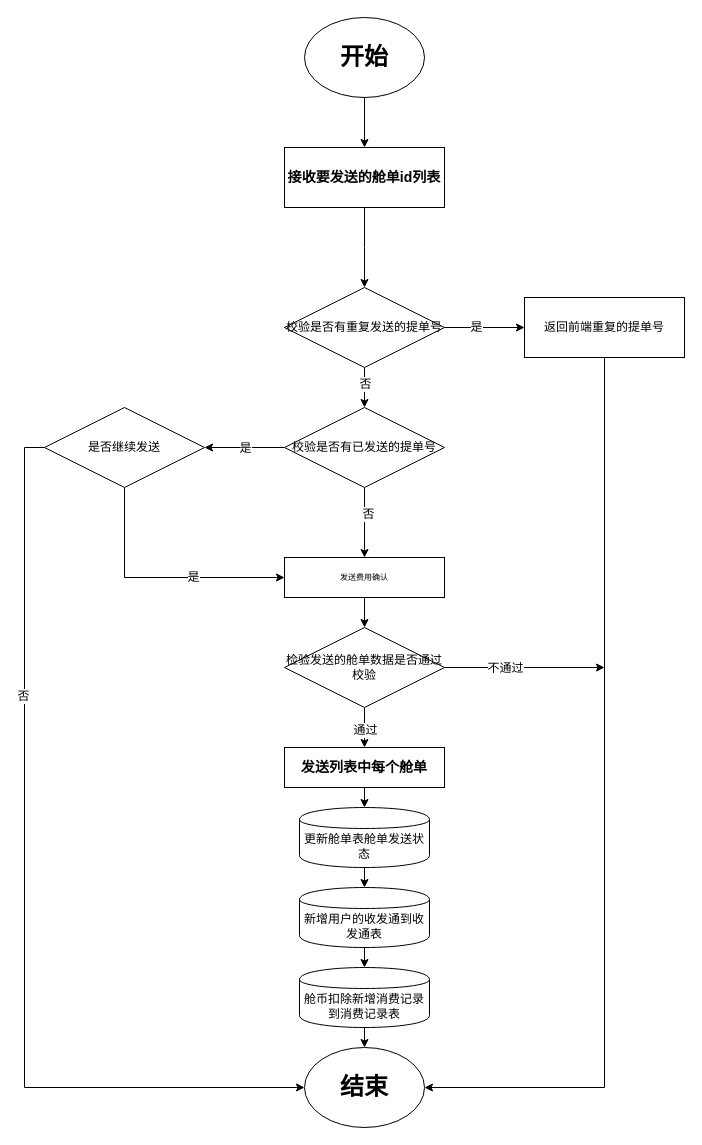
Above: manifest/待发送/舱单发送.drawio in caixuecheng/track-drawio (draw.io), before the change. Source tidied: cells renumbered, new cells numbered last; positions are measured from the earlier drawing's top-left corner, leaving out a move shared by most shapes. Both pictures are drawn from the tidied source at 100%, with x=0, y=0 at pixel (24, 17).
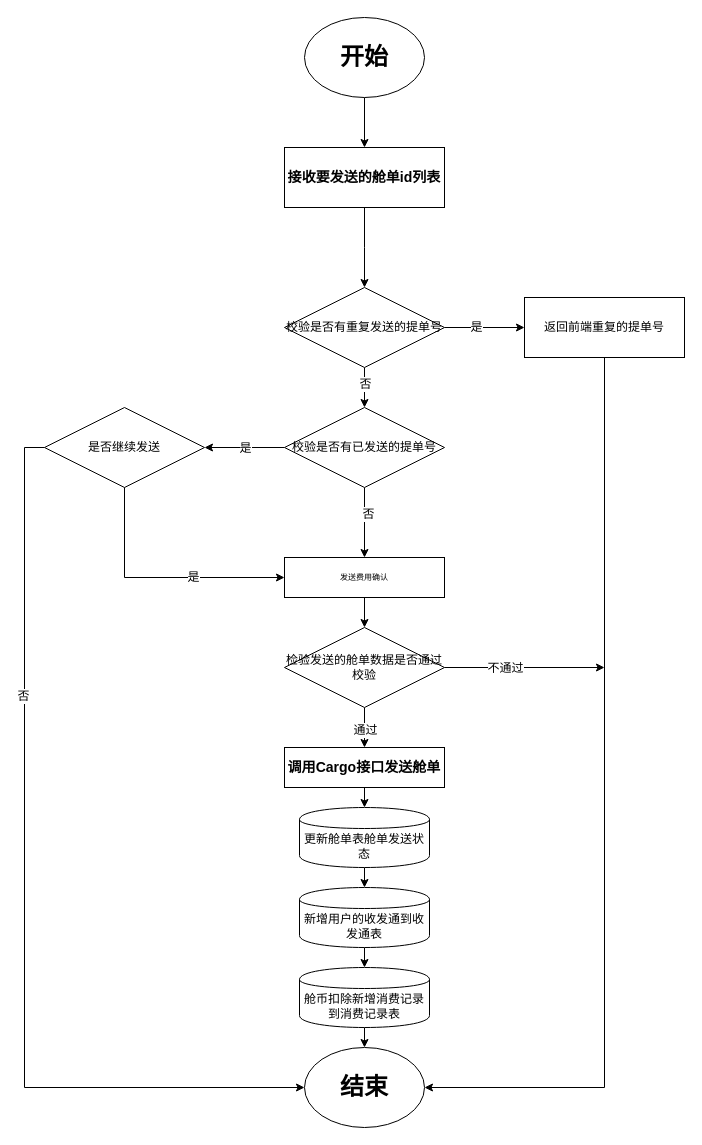
The same page after the edit.

Commit message:
更新舱单发送.drawio

The edit, as a diff of the source:
```diff
@@
-    <mxCell id="27" value="&lt;h3&gt;发送列表中每个舱单&lt;/h3&gt;" style="rounded=0;whiteSpace=wrap;html=1;" parent="1" vertex="1">
+    <mxCell id="27" value="&lt;h3&gt;调用Cargo接口发送舱单&lt;/h3&gt;" style="rounded=0;whiteSpace=wrap;html=1;" parent="1" vertex="1">
       <mxGeometry x="260" y="730" width="160" height="40" as="geometry" />
     </mxCell>
```
